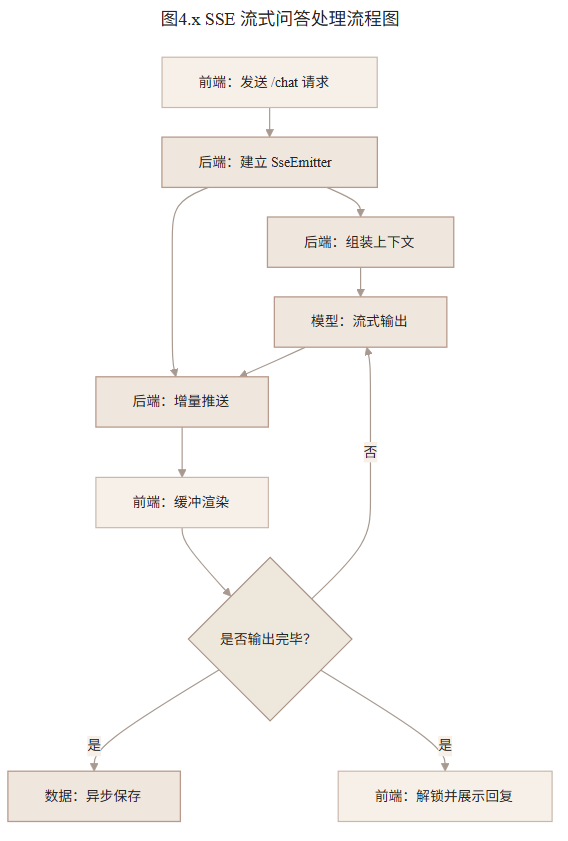
Above: thesis-assets/evidence/diagrams/fig-4.x-sse-streaming-flow.png in zyyyyynnn/Prelude (Mermaid), before the change. Its source is kept beside it as thesis-assets/evidence/diagrams/fig-4.x-sse-streaming-flow.mmd.
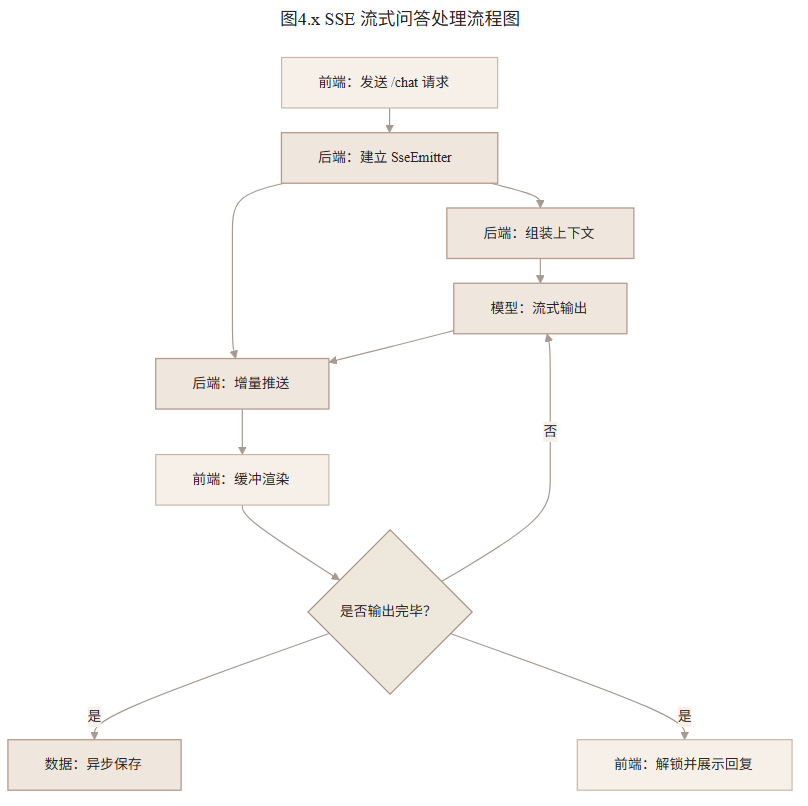
After the change.

Change to the diagram source:
```diff
@@ -16,8 +16,8 @@
     "nodePadding": "15px"
   },
   "flowchart": {
-    "nodeSpacing": 160,
-    "rankSpacing": 30
+    "nodeSpacing": 400,
+    "rankSpacing": 25
   }
 }}%%
 flowchart TB
```
